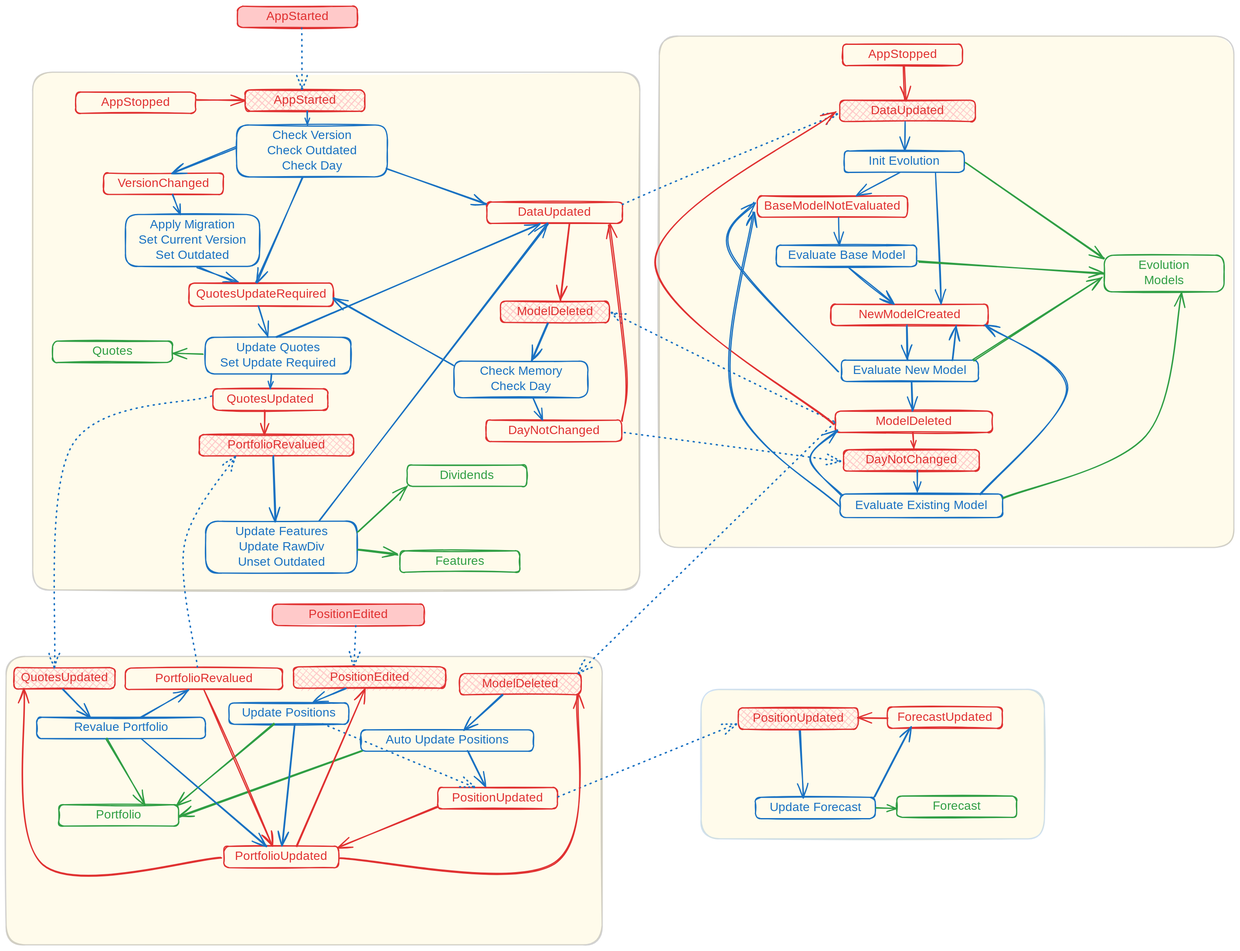
WLM1ke/poptimizer keeps this Excalidraw diagram as docs/fsm.excalidraw.svg. Above is the earlier version. Source tidied: one line per element, renumbered; positions are measured from the earlier drawing's top-left corner, leaving out a move shared by most shapes.
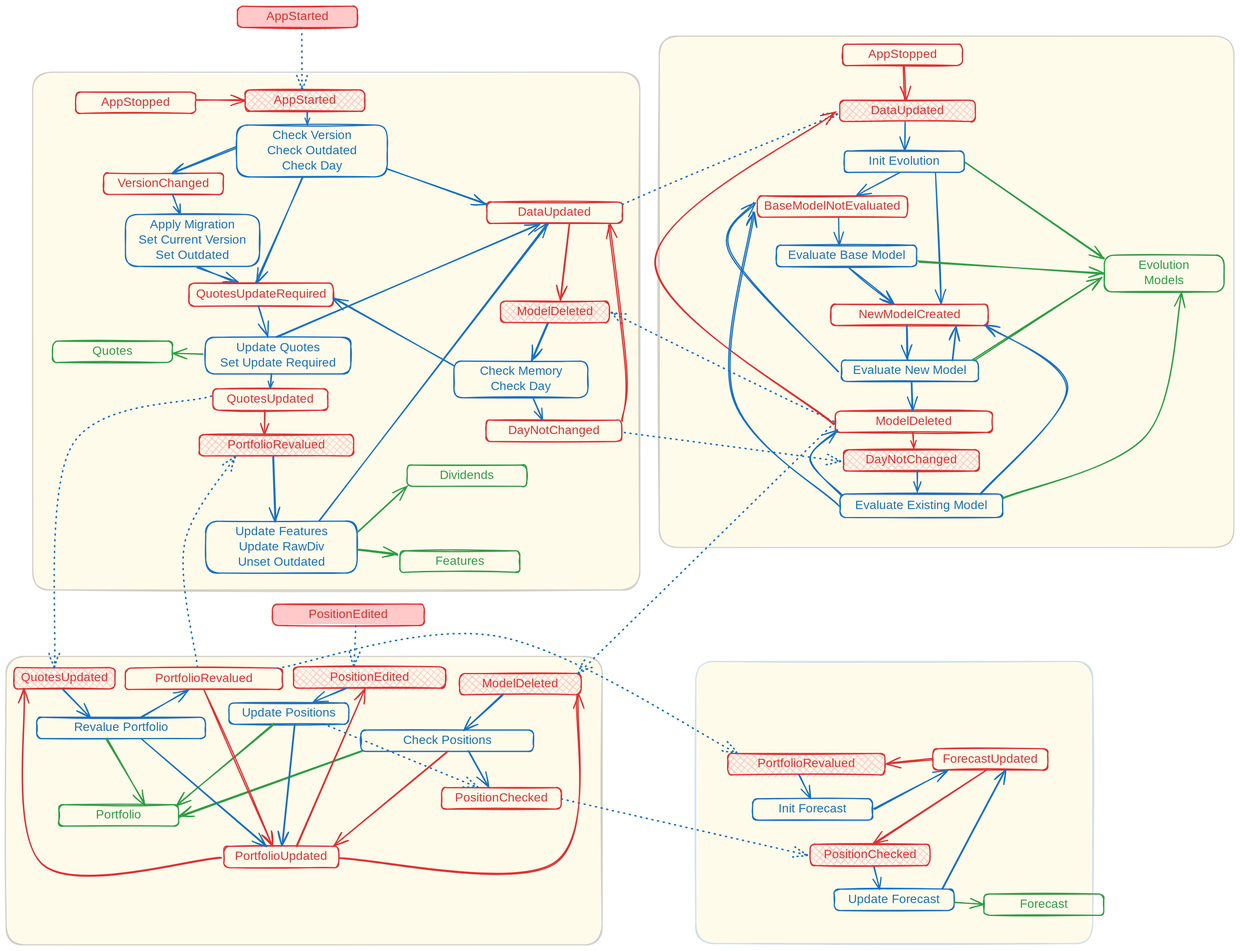
After the change.

What changed in the source:
```diff
@@ -1,6 +1,6 @@
 {"id": 0, "type": "rectangle", "strokeColor": "#1e1e1e", "backgroundColor": "#ffec99", "fillStyle": "solid", "strokeWidth": 2, "roughness": 1, "opacity": 20, "round": true, "x": 1071, "y": 49, "width": 942, "height": 838}
 {"id": 1, "type": "rectangle", "strokeColor": "#1e1e1e", "backgroundColor": "#ffec99", "fillStyle": "solid", "strokeWidth": 2, "roughness": 1, "opacity": 20, "round": true, "x": 44, "y": 108, "width": 995, "height": 849}
-{"id": 2, "type": "rectangle", "strokeColor": "#1971c2", "backgroundColor": "#ffec99", "fillStyle": "solid", "strokeWidth": 2, "roughness": 1, "opacity": 20, "round": true, "x": 1139, "y": 1120, "width": 563, "height": 245}
+{"id": 2, "type": "rectangle", "strokeColor": "#1971c2", "backgroundColor": "#ffec99", "fillStyle": "solid", "strokeWidth": 2, "roughness": 1, "opacity": 20, "round": true, "x": 1130, "y": 1074, "width": 651, "height": 462}
 {"id": 3, "type": "rectangle", "strokeColor": "#1e1e1e", "backgroundColor": "#ffec99", "fillStyle": "solid", "strokeWidth": 2, "roughness": 1, "opacity": 20, "round": true, "x": 0, "y": 1066, "width": 977, "height": 473}
 {"id": 4, "type": "rectangle", "strokeColor": "#e03131", "backgroundColor": "#ffc9c9", "fillStyle": "cross-hatch", "strokeWidth": 2, "roughness": 1, "round": true, "x": 392, "y": 137, "width": 196, "height": 35}
 {"id": 5, "type": "text", "text": "AppStarted", "strokeColor": "#e03131", "strokeWidth": 2, "roughness": 1, "fontSize": 20, "fontFamily": 5, "textAlign": "center", "verticalAlign": "middle", "inside": 4, "x": 434, "y": 142, "width": 113, "height": 25}
@@ -8,8 +8,8 @@
 {"id": 7, "type": "text", "text": "Quotes", "strokeColor": "#2f9e44", "strokeWidth": 2, "roughness": 1, "fontSize": 20, "fontFamily": 5, "textAlign": "center", "verticalAlign": "middle", "inside": 6, "x": 139, "y": 554, "width": 71, "height": 25}
 {"id": 8, "type": "rectangle", "strokeColor": "#2f9e44", "strokeWidth": 2, "roughness": 1, "round": true, "x": 86, "y": 1309, "width": 196, "height": 35}
 {"id": 9, "type": "text", "text": "Portfolio", "strokeColor": "#2f9e44", "strokeWidth": 2, "roughness": 1, "fontSize": 20, "fontFamily": 5, "textAlign": "center", "verticalAlign": "middle", "inside": 8, "x": 140, "y": 1314, "width": 89, "height": 25}
-{"id": 10, "type": "rectangle", "strokeColor": "#2f9e44", "strokeWidth": 2, "roughness": 1, "round": true, "x": 1460, "y": 1295, "width": 196, "height": 35}
+{"id": 10, "type": "rectangle", "strokeColor": "#2f9e44", "strokeWidth": 2, "roughness": 1, "round": true, "x": 1603, "y": 1455, "width": 196, "height": 35}
-{"id": 11, "type": "text", "text": "Forecast", "strokeColor": "#2f9e44", "strokeWidth": 2, "roughness": 1, "fontSize": 20, "fontFamily": 5, "textAlign": "center", "verticalAlign": "middle", "inside": 10, "x": 1515, "y": 1300, "width": 87, "height": 25}
+{"id": 11, "type": "text", "text": "Forecast", "strokeColor": "#2f9e44", "strokeWidth": 2, "roughness": 1, "fontSize": 20, "fontFamily": 5, "textAlign": "center", "verticalAlign": "middle", "inside": 10, "x": 1658, "y": 1460, "width": 87, "height": 25}
 {"id": 12, "type": "rectangle", "strokeColor": "#e03131", "backgroundColor": "#ffc9c9", "fillStyle": "solid", "strokeWidth": 2, "roughness": 1, "round": true, "x": 436, "y": 980, "width": 249, "height": 35}
 {"id": 13, "type": "text", "text": "PositionEdited", "strokeColor": "#e03131", "strokeWidth": 2, "roughness": 1, "fontSize": 20, "fontFamily": 5, "textAlign": "center", "verticalAlign": "middle", "inside": 12, "x": 489, "y": 985, "width": 145, "height": 25}
 {"id": 14, "type": "rectangle", "strokeColor": "#e03131", "strokeWidth": 2, "roughness": 1, "round": true, "x": 160, "y": 274, "width": 196, "height": 35}
@@ -28,16 +28,16 @@
 {"id": 27, "type": "arrow", "strokeColor": "#1971c2", "strokeWidth": 2, "roughness": 1, "endArrowhead": "arrow", "round": true, "from": 40, "to": 43, "x": 313, "y": 428, "width": 66, "height": 26, "points": [[0, 0], [66, 26]]}
 {"id": 28, "type": "arrow", "strokeColor": "#2f9e44", "strokeWidth": 2, "roughness": 1, "endArrowhead": "arrow", "round": true, "from": 20, "to": 8, "x": 164, "y": 1202, "width": 63, "height": 107, "points": [[0, 0], [63, 107]]}
 {"id": 29, "type": "arrow", "strokeColor": "#2f9e44", "strokeWidth": 2, "roughness": 1, "endArrowhead": "arrow", "round": true, "from": 25, "to": 8, "x": 440, "y": 1177, "width": 160, "height": 132, "points": [[0, 0], [-160, 132]]}
-{"id": 30, "type": "rectangle", "strokeColor": "#1971c2", "strokeWidth": 2, "roughness": 1, "round": true, "x": 1228, "y": 1297, "width": 196, "height": 35}
+{"id": 30, "type": "rectangle", "strokeColor": "#1971c2", "strokeWidth": 2, "roughness": 1, "round": true, "x": 1357, "y": 1447, "width": 196, "height": 35}
-{"id": 31, "type": "text", "text": "Update Forecast", "strokeColor": "#1971c2", "strokeWidth": 2, "roughness": 1, "fontSize": 20, "fontFamily": 5, "textAlign": "center", "verticalAlign": "middle", "inside": 30, "x": 1244, "y": 1302, "width": 165, "height": 25}
+{"id": 31, "type": "text", "text": "Update Forecast", "strokeColor": "#1971c2", "strokeWidth": 2, "roughness": 1, "fontSize": 20, "fontFamily": 5, "textAlign": "center", "verticalAlign": "middle", "inside": 30, "x": 1373, "y": 1452, "width": 165, "height": 25}
-{"id": 32, "type": "arrow", "strokeColor": "#2f9e44", "strokeWidth": 2, "roughness": 1, "endArrowhead": "arrow", "round": true, "from": 30, "to": 10, "x": 1426, "y": 1315, "width": 33, "height": 0, "points": [[0, 0], [33, 0]]}
+{"id": 32, "type": "arrow", "strokeColor": "#2f9e44", "strokeWidth": 2, "roughness": 1, "endArrowhead": "arrow", "round": true, "from": 30, "to": 10, "x": 1555, "y": 1470, "width": 47, "height": 3, "points": [[0, 0], [47, 3]]}
-{"id": 33, "type": "rectangle", "strokeColor": "#1971c2", "strokeWidth": 2, "roughness": 1, "round": true, "x": 581, "y": 1186, "width": 283, "height": 35}
+{"id": 33, "type": "rectangle", "strokeColor": "#1971c2", "strokeWidth": 2, "roughness": 1, "round": true, "x": 581, "y": 1187, "width": 283, "height": 35}
-{"id": 34, "type": "text", "text": "Auto Update Positions", "strokeColor": "#1971c2", "strokeWidth": 2, "roughness": 1, "fontSize": 20, "fontFamily": 5, "textAlign": "center", "verticalAlign": "middle", "inside": 33, "x": 611, "y": 1191, "width": 225, "height": 25}
+{"id": 34, "type": "text", "text": "Check Positions", "strokeColor": "#1971c2", "strokeWidth": 2, "roughness": 1, "fontSize": 20, "fontFamily": 5, "textAlign": "center", "verticalAlign": "middle", "inside": 33, "x": 646, "y": 1192, "width": 154, "height": 25}
-{"id": 35, "type": "arrow", "strokeColor": "#1971c2", "strokeWidth": 2, "roughness": 1, "endArrowhead": "arrow", "round": true, "from": 33, "to": 36, "x": 757, "y": 1221, "width": 30, "height": 59, "points": [[0, 0], [30, 59]]}
+{"id": 35, "type": "arrow", "strokeColor": "#1971c2", "strokeWidth": 2, "roughness": 1, "endArrowhead": "arrow", "round": true, "from": 33, "to": 36, "x": 759, "y": 1222, "width": 34, "height": 59, "points": [[0, 0], [34, 59]]}
-{"id": 36, "type": "rectangle", "strokeColor": "#e03131", "strokeWidth": 2, "roughness": 1, "round": true, "x": 707, "y": 1281, "width": 196, "height": 35}
+{"id": 36, "type": "rectangle", "strokeColor": "#e03131", "strokeWidth": 2, "roughness": 1, "round": true, "x": 714, "y": 1281, "width": 196, "height": 35}
-{"id": 37, "type": "text", "text": "PositionUpdated", "strokeColor": "#e03131", "strokeWidth": 2, "roughness": 1, "fontSize": 20, "fontFamily": 5, "textAlign": "center", "verticalAlign": "middle", "inside": 36, "x": 724, "y": 1286, "width": 162, "height": 25}
+{"id": 37, "type": "text", "text": "PositionChecked", "strokeColor": "#e03131", "strokeWidth": 2, "roughness": 1, "fontSize": 20, "fontFamily": 5, "textAlign": "center", "verticalAlign": "middle", "inside": 36, "x": 733, "y": 1286, "width": 158, "height": 25}
-{"id": 38, "type": "arrow", "strokeColor": "#1971c2", "strokeWidth": 2, "strokeStyle": "dotted", "roughness": 1, "endArrowhead": "arrow", "round": true, "from": 25, "to": 36, "x": 519, "y": 1177, "width": 250, "height": 103, "points": [[0, 0], [250, 103]]}
+{"id": 38, "type": "arrow", "strokeColor": "#1971c2", "strokeWidth": 2, "strokeStyle": "dotted", "roughness": 1, "endArrowhead": "arrow", "round": true, "from": 25, "to": 36, "x": 519, "y": 1177, "width": 255, "height": 103, "points": [[0, 0], [255, 103]]}
-{"id": 39, "type": "arrow", "strokeColor": "#1971c2", "strokeWidth": 2, "roughness": 1, "endArrowhead": "arrow", "round": true, "from": 76, "to": 30, "x": 1300, "y": 1186, "width": 7, "height": 111, "points": [[0, 0], [7, 111]]}
+{"id": 39, "type": "arrow", "strokeColor": "#1971c2", "strokeWidth": 2, "roughness": 1, "endArrowhead": "arrow", "round": true, "from": 76, "to": 30, "x": 1422, "y": 1409, "width": 10, "height": 38, "points": [[0, 0], [10, 38]]}
 {"id": 40, "type": "rectangle", "strokeColor": "#1971c2", "strokeWidth": 2, "roughness": 1, "round": true, "x": 196, "y": 342, "width": 220, "height": 85}
 {"id": 41, "type": "text", "text": "Apply Migration\nSet Current Version\nSet Outdated", "strokeColor": "#1971c2", "strokeWidth": 2, "roughness": 1, "fontSize": 20, "fontFamily": 5, "textAlign": "center", "verticalAlign": "middle", "inside": 40, "x": 210, "y": 347, "width": 191, "height": 75}
 {"id": 42, "type": "arrow", "strokeColor": "#2f9e44", "backgroundColor": "#ffec99", "fillStyle": "solid", "strokeWidth": 2, "roughness": 1, "endArrowhead": "arrow", "round": true, "from": 18, "to": 6, "x": 323, "y": 571, "width": 49, "height": 2, "points": [[0, 0], [-49, -2]]}
@@ -74,10 +74,10 @@
 {"id": 73, "type": "arrow", "strokeColor": "#1971c2", "backgroundColor": "#ffc9c9", "fillStyle": "cross-hatch", "strokeWidth": 2, "roughness": 1, "endArrowhead": "arrow", "round": true, "from": 14, "to": 40, "x": 273, "y": 309, "width": 12, "height": 32, "points": [[0, 0], [12, 32]]}
 {"id": 74, "type": "rectangle", "strokeColor": "#2f9e44", "strokeWidth": 2, "roughness": 1, "round": true, "x": 1800, "y": 408, "width": 196, "height": 60}
 {"id": 75, "type": "text", "text": "Evolution\nModels", "strokeColor": "#2f9e44", "strokeWidth": 2, "roughness": 1, "fontSize": 20, "fontFamily": 5, "textAlign": "center", "verticalAlign": "middle", "inside": 74, "x": 1853, "y": 413, "width": 91, "height": 50}
-{"id": 76, "type": "rectangle", "strokeColor": "#e03131", "backgroundColor": "#ffc9c9", "fillStyle": "cross-hatch", "strokeWidth": 2, "roughness": 1, "round": true, "x": 1200, "y": 1150, "width": 196, "height": 35}
+{"id": 76, "type": "rectangle", "strokeColor": "#e03131", "backgroundColor": "#ffc9c9", "fillStyle": "cross-hatch", "strokeWidth": 2, "roughness": 1, "round": true, "x": 1318, "y": 1374, "width": 196, "height": 35}
-{"id": 77, "type": "text", "text": "PositionUpdated", "strokeColor": "#e03131", "strokeWidth": 2, "roughness": 1, "fontSize": 20, "fontFamily": 5, "textAlign": "center", "verticalAlign": "middle", "inside": 76, "x": 1217, "y": 1155, "width": 162, "height": 25}
+{"id": 77, "type": "text", "text": "PositionChecked", "strokeColor": "#e03131", "strokeWidth": 2, "roughness": 1, "fontSize": 20, "fontFamily": 5, "textAlign": "center", "verticalAlign": "middle", "inside": 76, "x": 1337, "y": 1379, "width": 158, "height": 25}
-{"id": 78, "type": "arrow", "strokeColor": "#1971c2", "backgroundColor": "#ffc9c9", "fillStyle": "cross-hatch", "strokeWidth": 2, "strokeStyle": "dotted", "roughness": 1, "endArrowhead": "arrow", "round": true, "from": 36, "to": 76, "x": 905, "y": 1297, "width": 293, "height": 121, "points": [[0, 0], [293, -121]]}
+{"id": 78, "type": "arrow", "strokeColor": "#1971c2", "backgroundColor": "#ffc9c9", "fillStyle": "cross-hatch", "strokeWidth": 2, "strokeStyle": "dotted", "roughness": 1, "endArrowhead": "arrow", "round": true, "from": 36, "to": 76, "x": 911, "y": 1300, "width": 403, "height": 91, "points": [[0, 0], [403, 91]]}
-{"id": 79, "type": "arrow", "strokeColor": "#2f9e44", "backgroundColor": "#ffc9c9", "fillStyle": "cross-hatch", "strokeWidth": 2, "roughness": 1, "endArrowhead": "arrow", "round": true, "from": 33, "to": 8, "x": 584, "y": 1220, "width": 300, "height": 108, "points": [[0, 0], [-300, 108]]}
+{"id": 79, "type": "arrow", "strokeColor": "#2f9e44", "backgroundColor": "#ffc9c9", "fillStyle": "cross-hatch", "strokeWidth": 2, "roughness": 1, "endArrowhead": "arrow", "round": true, "from": 33, "to": 8, "x": 584, "y": 1221, "width": 300, "height": 108, "points": [[0, 0], [-300, 108]]}
 {"id": 80, "type": "rectangle", "strokeColor": "#e03131", "strokeWidth": 2, "roughness": 1, "round": true, "x": 357, "y": 1377, "width": 188, "height": 35}
 {"id": 81, "type": "text", "text": "PortfolioUpdated", "strokeColor": "#e03131", "strokeWidth": 2, "roughness": 1, "fontSize": 20, "fontFamily": 5, "textAlign": "center", "verticalAlign": "middle", "inside": 80, "x": 365, "y": 1382, "width": 171, "height": 25}
 {"id": 82, "type": "arrow", "strokeColor": "#1971c2", "strokeWidth": 2, "roughness": 1, "endArrowhead": "arrow", "round": true, "from": 25, "to": 80, "x": 473, "y": 1177, "width": 20, "height": 199, "points": [[0, 0], [-20, 199]]}
@@ -88,10 +88,10 @@
 {"id": 87, "type": "text", "text": "AppStopped", "strokeColor": "#e03131", "strokeWidth": 2, "roughness": 1, "fontSize": 20, "fontFamily": 5, "textAlign": "center", "verticalAlign": "middle", "inside": 86, "x": 155, "y": 146, "width": 115, "height": 25}
 {"id": 88, "type": "arrow", "strokeColor": "#e03131", "strokeWidth": 2, "roughness": 1, "endArrowhead": "arrow", "round": true, "from": 86, "to": 4, "x": 313, "y": 155, "width": 78, "height": 1, "points": [[0, 0], [78, -1]]}
 {"id": 89, "type": "arrow", "strokeColor": "#1971c2", "strokeWidth": 2, "roughness": 1, "endArrowhead": "arrow", "round": true, "from": 20, "to": 80, "x": 221, "y": 1201, "width": 205, "height": 176, "points": [[0, 0], [205, 176]]}
-{"id": 90, "type": "rectangle", "strokeColor": "#e03131", "strokeWidth": 2, "roughness": 1, "round": true, "x": 1444, "y": 1149, "width": 188, "height": 35}
+{"id": 90, "type": "rectangle", "strokeColor": "#e03131", "strokeWidth": 2, "roughness": 1, "round": true, "x": 1519, "y": 1217, "width": 188, "height": 35}
-{"id": 91, "type": "text", "text": "ForecastUpdated", "strokeColor": "#e03131", "strokeWidth": 2, "roughness": 1, "fontSize": 20, "fontFamily": 5, "textAlign": "center", "verticalAlign": "middle", "inside": 90, "x": 1454, "y": 1154, "width": 170, "height": 25}
+{"id": 91, "type": "text", "text": "ForecastUpdated", "strokeColor": "#e03131", "strokeWidth": 2, "roughness": 1, "fontSize": 20, "fontFamily": 5, "textAlign": "center", "verticalAlign": "middle", "inside": 90, "x": 1528, "y": 1222, "width": 170, "height": 25}
-{"id": 92, "type": "arrow", "strokeColor": "#e03131", "strokeWidth": 2, "roughness": 1, "endArrowhead": "arrow", "round": true, "from": 90, "to": 76, "x": 1445, "y": 1168, "width": 49, "height": 1, "points": [[0, 0], [-49, -1]]}
+{"id": 92, "type": "arrow", "strokeColor": "#e03131", "strokeWidth": 2, "roughness": 1, "endArrowhead": "arrow", "round": true, "from": 90, "to": 76, "x": 1609, "y": 1252, "width": 187, "height": 121, "points": [[0, 0], [-187, 121]]}
-{"id": 93, "type": "arrow", "strokeColor": "#1971c2", "strokeWidth": 2, "roughness": 1, "endArrowhead": "arrow", "round": true, "from": 30, "to": 90, "x": 1423, "y": 1298, "width": 60, "height": 115, "points": [[0, 0], [60, -115]]}
+{"id": 93, "type": "arrow", "strokeColor": "#1971c2", "strokeWidth": 2, "roughness": 1, "endArrowhead": "arrow", "round": true, "from": 30, "to": 90, "x": 1535, "y": 1447, "width": 103, "height": 194, "points": [[0, 0], [103, -194]]}
 {"id": 94, "type": "arrow", "strokeColor": "#1971c2", "backgroundColor": "#ffc9c9", "fillStyle": "solid", "strokeWidth": 2, "roughness": 1, "endArrowhead": "arrow", "round": true, "from": 16, "to": 43, "x": 485, "y": 280, "width": 75, "height": 173, "points": [[0, 0], [-75, 173]]}
 {"id": 95, "type": "arrow", "strokeColor": "#e03131", "backgroundColor": "#ffc9c9", "fillStyle": "solid", "strokeWidth": 2, "roughness": 1, "endArrowhead": "arrow", "round": true, "from": 48, "to": 57, "x": 424, "y": 663, "width": 0, "height": 39, "points": [[0, 0], [0, 39]]}
 {"id": 96, "type": "rectangle", "strokeColor": "#2f9e44", "strokeWidth": 2, "roughness": 1, "round": true, "x": 646, "y": 893, "width": 196, "height": 35}
@@ -159,4 +159,12 @@
 {"id": 158, "type": "arrow", "strokeColor": "#1971c2", "strokeWidth": 2, "roughness": 1, "endArrowhead": "arrow", "round": true, "from": 122, "to": 110, "x": 1365, "y": 819, "width": 174, "height": 480, "points": [[0, 0], [-174, -178], [-140, -480]]}
 {"id": 159, "type": "arrow", "strokeColor": "#1971c2", "strokeWidth": 2, "roughness": 1, "endArrowhead": "arrow", "round": true, "from": 122, "to": 118, "x": 1370, "y": 803, "width": 51, "height": 107, "points": [[0, 0], [-51, -61], [-8, -107]]}
 {"id": 160, "type": "arrow", "strokeColor": "#1971c2", "strokeWidth": 2, "strokeStyle": "dotted", "roughness": 1, "endArrowhead": "arrow", "round": true, "from": 118, "to": 70, "x": 1357, "y": 684, "width": 419, "height": 412, "points": [[0, 0], [-419, 412]]}
-{"id": 161, "type": "arrow", "strokeColor": "#e03131", "strokeWidth": 2, "roughness": 1, "endArrowhead": "arrow", "round": true, "from": 36, "to": 80, "x": 707, "y": 1314, "width": 164, "height": 65, "points": [[0, 0], [-164, 65]]}
+{"id": 162, "type": "arrow", "strokeColor": "#e03131", "strokeWidth": 2, "roughness": 1, "endArrowhead": "arrow", "round": true, "from": 33, "to": 80, "x": 724, "y": 1222, "width": 188, "height": 155, "points": [[0, 0], [-188, 155]]}
+{"id": 163, "type": "rectangle", "strokeColor": "#e03131", "backgroundColor": "#ffc9c9", "fillStyle": "cross-hatch", "strokeWidth": 2, "roughness": 1, "round": true, "x": 1183, "y": 1225, "width": 258, "height": 35}
+{"id": 164, "type": "text", "text": "PortfolioRevalued", "strokeColor": "#e03131", "strokeWidth": 2, "roughness": 1, "fontSize": 20, "fontFamily": 5, "textAlign": "center", "verticalAlign": "middle", "inside": 163, "x": 1225, "y": 1230, "width": 174, "height": 25}
+{"id": 165, "type": "arrow", "strokeColor": "#e03131", "backgroundColor": "#ffc9c9", "fillStyle": "solid", "strokeWidth": 2, "roughness": 1, "endArrowhead": "arrow", "round": true, "from": 90, "to": 163, "x": 1518, "y": 1234, "width": 74, "height": 7, "points": [[0, 0], [-74, 7]]}
+{"id": 166, "type": "arrow", "strokeColor": "#1971c2", "strokeWidth": 2, "strokeStyle": "dotted", "roughness": 1, "endArrowhead": "arrow", "round": true, "from": 54, "to": 163, "x": 445, "y": 1085, "width": 754, "height": 192, "points": [[0, 0], [362, -53], [754, 140]]}
+{"id": 167, "type": "rectangle", "strokeColor": "#1971c2", "strokeWidth": 2, "roughness": 1, "round": true, "x": 1224, "y": 1299, "width": 196, "height": 35}
+{"id": 168, "type": "text", "text": "Init Forecast", "strokeColor": "#1971c2", "strokeWidth": 2, "roughness": 1, "fontSize": 20, "fontFamily": 5, "textAlign": "center", "verticalAlign": "middle", "inside": 167, "x": 1256, "y": 1304, "width": 132, "height": 25}
+{"id": 169, "type": "arrow", "strokeColor": "#1971c2", "strokeWidth": 2, "roughness": 1, "endArrowhead": "arrow", "round": true, "from": 163, "to": 167, "x": 1299, "y": 1260, "width": 20, "height": 39, "points": [[0, 0], [20, 39]]}
+{"id": 170, "type": "arrow", "strokeColor": "#1971c2", "strokeWidth": 2, "roughness": 1, "endArrowhead": "arrow", "round": true, "from": 167, "to": 90, "x": 1424, "y": 1317, "width": 121, "height": 65, "points": [[0, 0], [121, -65]]}
```
